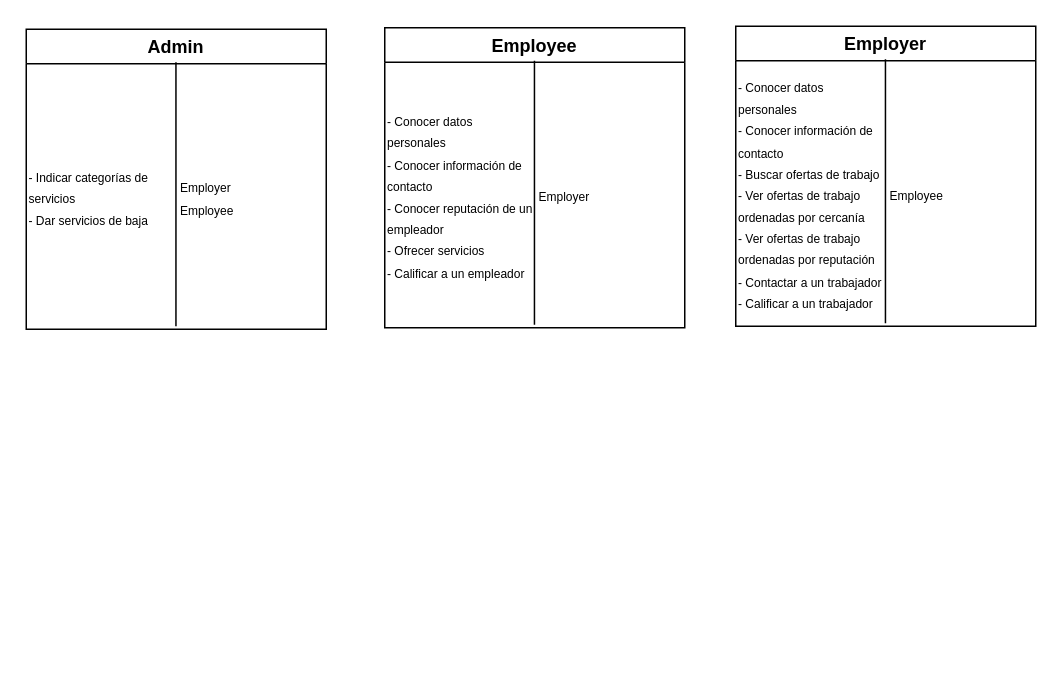
Earlier version of the draw.io diagram Clases.drawio (charlis96/Proyecto_Chatbot). Source tidied: cells renumbered, new cells numbered last; positions are measured from the earlier drawing's top-left corner, leaving out a move shared by most shapes. Both pictures are drawn from the tidied source at 150%, with x=0, y=0 at pixel (26, 26).
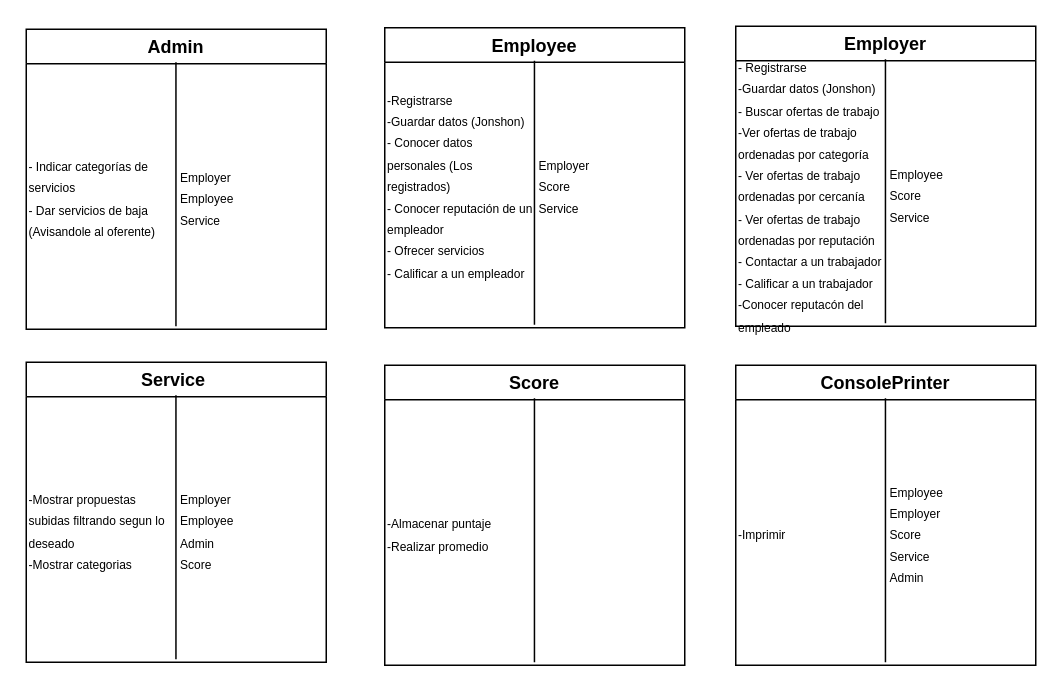
The same page after the edit.

Unchanged cells that the change refers to:
```xml
<mxCell id="2" value="Admin" style="swimlane;" parent="1" vertex="1">
  <mxGeometry y="2" width="200" height="200" as="geometry" />
</mxCell>
<mxCell id="6" value="Employee" style="swimlane;" parent="1" vertex="1">
  <mxGeometry x="239" y="1" width="200" height="200" as="geometry" />
</mxCell>
<mxCell id="10" value="Employer" style="swimlane;" parent="1" vertex="1">
  <mxGeometry x="473" width="200" height="200" as="geometry" />
</mxCell>
```

Change to the diagram source:
```diff
@@
-    <mxCell id="4" value="&lt;span style=&quot;font-size: 8px;&quot;&gt;- Indicar categorías de servicios&lt;br&gt;- Dar servicios de baja&lt;br&gt;&lt;/span&gt;" style="text;html=1;strokeColor=none;fillColor=none;align=left;verticalAlign=middle;whiteSpace=wrap;rounded=0;" parent="2" vertex="1">
+    <mxCell id="4" value="&lt;span style=&quot;font-size: 8px&quot;&gt;- Indicar categorías de servicios&lt;br&gt;- Dar servicios de baja&lt;br&gt;(Avisandole al oferente)&lt;br&gt;&lt;/span&gt;" style="text;html=1;strokeColor=none;fillColor=none;align=left;verticalAlign=middle;whiteSpace=wrap;rounded=0;" parent="2" vertex="1">
       <mxGeometry y="24" width="99" height="176" as="geometry" />
     </mxCell>
-    <mxCell id="5" value="&lt;span style=&quot;font-size: 8px;&quot;&gt;Employer&lt;br&gt;Employee&lt;br&gt;&lt;/span&gt;" style="text;html=1;strokeColor=none;fillColor=none;align=left;verticalAlign=middle;whiteSpace=wrap;rounded=0;" parent="2" vertex="1">
+    <mxCell id="5" value="&lt;span style=&quot;font-size: 8px&quot;&gt;Employer&lt;br&gt;Employee&lt;br&gt;Service&lt;br&gt;&lt;/span&gt;" style="text;html=1;strokeColor=none;fillColor=none;align=left;verticalAlign=middle;whiteSpace=wrap;rounded=0;" parent="2" vertex="1">
       <mxGeometry x="101" y="24" width="99" height="176" as="geometry" />
     </mxCell>
@@
-    <mxCell id="8" value="&lt;span style=&quot;font-size: 8px;&quot;&gt;- Conocer datos personales&lt;br&gt;- Conocer información de contacto&lt;br&gt;- Conocer reputación de un empleador&lt;br&gt;- Ofrecer servicios&lt;br&gt;- Calificar a un empleador&lt;br&gt;&lt;/span&gt;" style="text;html=1;strokeColor=none;fillColor=none;align=left;verticalAlign=middle;whiteSpace=wrap;rounded=0;" parent="6" vertex="1">
+    <mxCell id="8" value="&lt;span style=&quot;font-size: 8px&quot;&gt;-&lt;/span&gt;&lt;span style=&quot;font-size: 8px&quot;&gt;Registrarse&lt;br&gt;&lt;/span&gt;&lt;span style=&quot;font-size: 8px&quot;&gt;-Guardar datos (Jonshon)&lt;br&gt;- Conocer datos personales (Los registrados)&lt;br&gt;- Conocer reputación de un empleador&lt;br&gt;- Ofrecer servicios&lt;br&gt;- Calificar a un empleador&lt;br&gt;&lt;br&gt;&lt;/span&gt;" style="text;html=1;strokeColor=none;fillColor=none;align=left;verticalAlign=middle;whiteSpace=wrap;rounded=0;" parent="6" vertex="1">
       <mxGeometry y="24" width="99" height="176" as="geometry" />
     </mxCell>
-    <mxCell id="9" value="&lt;span style=&quot;font-size: 8px;&quot;&gt;Employer&lt;br&gt;&lt;/span&gt;" style="text;html=1;strokeColor=none;fillColor=none;align=left;verticalAlign=middle;whiteSpace=wrap;rounded=0;" parent="6" vertex="1">
+    <mxCell id="9" value="&lt;span style=&quot;font-size: 8px&quot;&gt;Employer&lt;br&gt;Score&lt;br&gt;Service&lt;br&gt;&lt;br&gt;&lt;/span&gt;" style="text;html=1;strokeColor=none;fillColor=none;align=left;verticalAlign=middle;whiteSpace=wrap;rounded=0;" parent="6" vertex="1">
       <mxGeometry x="101" y="24" width="99" height="176" as="geometry" />
     </mxCell>
@@
-    <mxCell id="12" value="&lt;span style=&quot;font-size: 8px;&quot;&gt;- Conocer datos personales&lt;br&gt;- Conocer información de contacto&lt;br&gt;- Buscar ofertas de trabajo&lt;br&gt;- Ver ofertas de trabajo ordenadas por cercanía&lt;br&gt;-&lt;/span&gt;&lt;span style=&quot;font-size: 8px;&quot;&gt;&amp;nbsp;Ver ofertas de trabajo ordenadas por reputación&lt;br&gt;&lt;/span&gt;&lt;span style=&quot;font-size: 8px;&quot;&gt;- Contactar a un trabajador&lt;br&gt;- Calificar a un trabajador&lt;br&gt;&lt;/span&gt;" style="text;html=1;strokeColor=none;fillColor=none;align=left;verticalAlign=middle;whiteSpace=wrap;rounded=0;" parent="10" vertex="1">
-      <mxGeometry y="24" width="99" height="176" as="geometry" />
+    <mxCell id="12" value="&lt;span style=&quot;font-size: 8px&quot;&gt;- Registrarse&lt;br&gt;-&lt;/span&gt;&lt;span style=&quot;font-size: 8px&quot;&gt;Guardar datos (Jonshon)&lt;/span&gt;&lt;span style=&quot;font-size: 8px&quot;&gt;&lt;br&gt;- Buscar ofertas de trabajo&lt;br&gt;&lt;/span&gt;&lt;span style=&quot;font-size: 8px&quot;&gt;-Ver ofertas de trabajo ordenadas por categoría&lt;/span&gt;&lt;br style=&quot;font-size: 8px&quot;&gt;&lt;span style=&quot;font-size: 8px&quot;&gt;- Ver ofertas de trabajo ordenadas por cercanía&lt;br&gt;-&lt;/span&gt;&lt;span style=&quot;font-size: 8px&quot;&gt;&amp;nbsp;Ver ofertas de trabajo ordenadas por reputación&lt;br&gt;&lt;/span&gt;&lt;span style=&quot;font-size: 8px&quot;&gt;- Contactar a un trabajador&lt;br&gt;- Calificar a un trabajador&lt;br&gt;-Conocer reputacón del empleado&lt;br&gt;&lt;/span&gt;" style="text;html=1;strokeColor=none;fillColor=none;align=left;verticalAlign=middle;whiteSpace=wrap;rounded=0;" parent="10" vertex="1">
+      <mxGeometry y="34" width="99" height="157" as="geometry" />
     </mxCell>
-    <mxCell id="13" value="&lt;span style=&quot;font-size: 8px;&quot;&gt;Employee&lt;/span&gt;&lt;span style=&quot;font-size: 8px;&quot;&gt;&lt;br&gt;&lt;/span&gt;" style="text;html=1;strokeColor=none;fillColor=none;align=left;verticalAlign=middle;whiteSpace=wrap;rounded=0;" parent="10" vertex="1">
+    <mxCell id="13" value="&lt;span style=&quot;font-size: 8px&quot;&gt;Employee&lt;br&gt;&lt;/span&gt;&lt;span style=&quot;font-size: 8px&quot;&gt;Score&lt;br&gt;Service&lt;br&gt;&lt;/span&gt;" style="text;html=1;strokeColor=none;fillColor=none;align=left;verticalAlign=middle;whiteSpace=wrap;rounded=0;" parent="10" vertex="1">
       <mxGeometry x="101" y="24" width="99" height="176" as="geometry" />
     </mxCell>
+    <mxCell id="14" value="Service " style="swimlane;" parent="1" vertex="1">
+      <mxGeometry y="224" width="200" height="200" as="geometry" />
+    </mxCell>
+    <mxCell id="15" style="endArrow=none;html=1;rounded=0;" parent="14" edge="1">
+      <mxGeometry relative="1" as="geometry">
+        <mxPoint x="99.8" y="198" as="sourcePoint" />
+        <mxPoint x="99.8" y="22" as="targetPoint" />
+      </mxGeometry>
+    </mxCell>
+    <mxCell id="16" value="&lt;span style=&quot;font-size: 8px&quot;&gt;-Mostrar propuestas subidas filtrando segun lo deseado&lt;br&gt;-Mostrar categorias&amp;nbsp;&lt;br&gt;&lt;/span&gt;" style="text;html=1;strokeColor=none;fillColor=none;align=left;verticalAlign=middle;whiteSpace=wrap;rounded=0;" parent="14" vertex="1">
+      <mxGeometry y="24" width="99" height="176" as="geometry" />
+    </mxCell>
+    <mxCell id="17" value="&lt;span style=&quot;font-size: 8px&quot;&gt;Employer&lt;br&gt;Employee&lt;br&gt;Admin&lt;br&gt;Score&lt;br&gt;&lt;/span&gt;" style="text;html=1;strokeColor=none;fillColor=none;align=left;verticalAlign=middle;whiteSpace=wrap;rounded=0;" parent="14" vertex="1">
+      <mxGeometry x="101" y="24" width="99" height="176" as="geometry" />
+    </mxCell>
+    <mxCell id="18" value="Score" style="swimlane;" parent="1" vertex="1">
+      <mxGeometry x="239" y="226" width="200" height="200" as="geometry" />
+    </mxCell>
+    <mxCell id="19" style="endArrow=none;html=1;rounded=0;" parent="18" edge="1">
+      <mxGeometry relative="1" as="geometry">
+        <mxPoint x="99.8" y="198" as="sourcePoint" />
+        <mxPoint x="99.8" y="22" as="targetPoint" />
+      </mxGeometry>
+    </mxCell>
+    <mxCell id="20" value="&lt;span style=&quot;font-size: 8px&quot;&gt;-Almacenar puntaje&lt;br&gt;-Realizar promedio&lt;br&gt;&lt;/span&gt;" style="text;html=1;strokeColor=none;fillColor=none;align=left;verticalAlign=middle;whiteSpace=wrap;rounded=0;" parent="18" vertex="1">
+      <mxGeometry y="24" width="99" height="176" as="geometry" />
+    </mxCell>
+    <mxCell id="21" value="&lt;span style=&quot;font-size: 8px&quot;&gt;&lt;br&gt;&lt;/span&gt;" style="text;html=1;strokeColor=none;fillColor=none;align=left;verticalAlign=middle;whiteSpace=wrap;rounded=0;" parent="18" vertex="1">
+      <mxGeometry x="101" y="24" width="99" height="176" as="geometry" />
+    </mxCell>
+    <mxCell id="22" value="ConsolePrinter" style="swimlane;" parent="1" vertex="1">
+      <mxGeometry x="473" y="226" width="200" height="200" as="geometry" />
+    </mxCell>
+    <mxCell id="23" style="endArrow=none;html=1;rounded=0;" parent="22" edge="1">
+      <mxGeometry relative="1" as="geometry">
+        <mxPoint x="99.8" y="198" as="sourcePoint" />
+        <mxPoint x="99.8" y="22" as="targetPoint" />
+      </mxGeometry>
+    </mxCell>
+    <mxCell id="24" value="&lt;span style=&quot;font-size: 8px&quot;&gt;-Imprimir&lt;br&gt;&lt;/span&gt;" style="text;html=1;strokeColor=none;fillColor=none;align=left;verticalAlign=middle;whiteSpace=wrap;rounded=0;" parent="22" vertex="1">
+      <mxGeometry y="24" width="99" height="176" as="geometry" />
+    </mxCell>
+    <mxCell id="25" value="&lt;span style=&quot;font-size: 8px&quot;&gt;Employee&lt;br&gt;Employer&lt;br&gt;Score&lt;br&gt;Service&lt;br&gt;Admin&lt;br&gt;&lt;/span&gt;" style="text;html=1;strokeColor=none;fillColor=none;align=left;verticalAlign=middle;whiteSpace=wrap;rounded=0;" parent="22" vertex="1">
+      <mxGeometry x="101" y="24" width="99" height="176" as="geometry" />
+    </mxCell>
```
